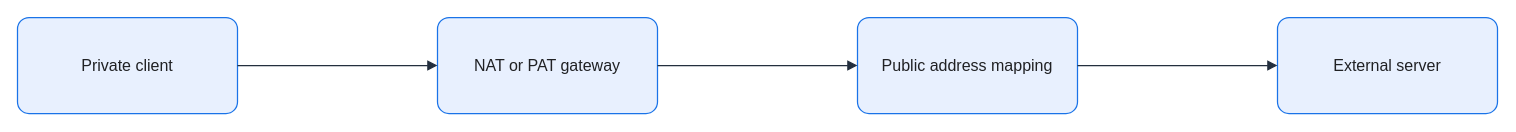
The draw.io diagram assets/img/network/nat-pat-translation-flow.drawio in KKamJi98/kkamji98.github.io, before the edit. Source tidied: cells renumbered, new cells numbered last; positions are measured from the earlier drawing's top-left corner, leaving out a move shared by most shapes. Both pictures are drawn from the tidied source at 100%, with x=0, y=0 at pixel (17, 17).
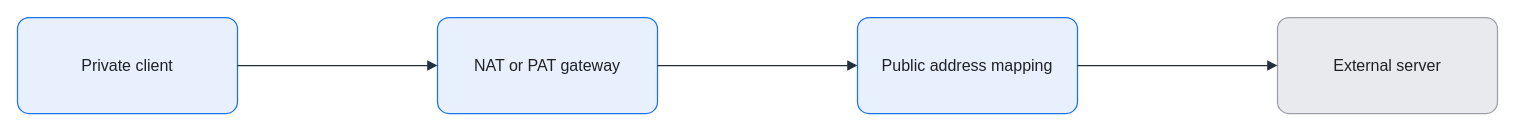
After the change.

Diff of the diagram source:
```diff
@@
 <mxGraphModel background="#FFFFFF">
   <root>
     <mxCell id="0" />
     <mxCell id="1" parent="0" />
     <mxCell id="2" value="Private client" style="rounded=1;arcSize=12;whiteSpace=wrap;html=0;fillColor=#E8F0FE;strokeColor=#1A73E8;strokeWidth=1.25;fontColor=#202124;fontSize=16;align=center;verticalAlign=middle;spacing=8;shadow=0;" parent="1" vertex="1">
       <mxGeometry width="220" height="96" as="geometry" />
     </mxCell>
     <mxCell id="3" value="NAT or PAT gateway" style="rounded=1;arcSize=12;whiteSpace=wrap;html=0;fillColor=#E8F0FE;strokeColor=#1A73E8;strokeWidth=1.25;fontColor=#202124;fontSize=16;align=center;verticalAlign=middle;spacing=8;shadow=0;" parent="1" vertex="1">
       <mxGeometry x="420" width="220" height="96" as="geometry" />
     </mxCell>
     <mxCell id="4" value="Public address mapping" style="rounded=1;arcSize=12;whiteSpace=wrap;html=0;fillColor=#E8F0FE;strokeColor=#1A73E8;strokeWidth=1.25;fontColor=#202124;fontSize=16;align=center;verticalAlign=middle;spacing=8;shadow=0;" parent="1" vertex="1">
       <mxGeometry x="840" width="220" height="96" as="geometry" />
     </mxCell>
-    <mxCell id="5" value="External server" style="rounded=1;arcSize=12;whiteSpace=wrap;html=0;fillColor=#E8F0FE;strokeColor=#1A73E8;strokeWidth=1.25;fontColor=#202124;fontSize=16;align=center;verticalAlign=middle;spacing=8;shadow=0;" parent="1" vertex="1">
+    <mxCell id="5" value="External server" style="rounded=1;arcSize=12;whiteSpace=wrap;html=0;fillColor=#E8EAED;strokeColor=#9AA0A6;strokeWidth=1.25;fontColor=#202124;fontSize=16;align=center;verticalAlign=middle;spacing=8;shadow=0;" parent="1" vertex="1">
       <mxGeometry x="1260" width="220" height="96" as="geometry" />
     </mxCell>
     <mxCell id="6" style="edgeStyle=orthogonalEdgeStyle;rounded=0;jettySize=auto;html=0;endArrow=block;endFill=1;strokeColor=#232F3E;strokeWidth=1.25;fontColor=#202124;labelBackgroundColor=none;exitX=1;exitY=0.5;exitDx=0;exitDy=0;entryX=0;entryY=0.5;entryDx=0;entryDy=0;endSize=7;" parent="1" edge="1" source="2" target="3">
       <mxGeometry relative="1" as="geometry" />
     </mxCell>
     <mxCell id="7" style="edgeStyle=orthogonalEdgeStyle;rounded=0;jettySize=auto;html=0;endArrow=block;endFill=1;strokeColor=#232F3E;strokeWidth=1.25;fontColor=#202124;labelBackgroundColor=none;exitX=1;exitY=0.5;exitDx=0;exitDy=0;entryX=0;entryY=0.5;entryDx=0;entryDy=0;endSize=7;" parent="1" edge="1" source="3" target="4">
       <mxGeometry relative="1" as="geometry" />
     </mxCell>
     <mxCell id="8" style="edgeStyle=orthogonalEdgeStyle;rounded=0;jettySize=auto;html=0;endArrow=block;endFill=1;strokeColor=#232F3E;strokeWidth=1.25;fontColor=#202124;labelBackgroundColor=none;exitX=1;exitY=0.5;exitDx=0;exitDy=0;entryX=0;entryY=0.5;entryDx=0;entryDy=0;endSize=7;" parent="1" edge="1" source="4" target="5">
       <mxGeometry relative="1" as="geometry" />
     </mxCell>
   </root>
 </mxGraphModel>
```
